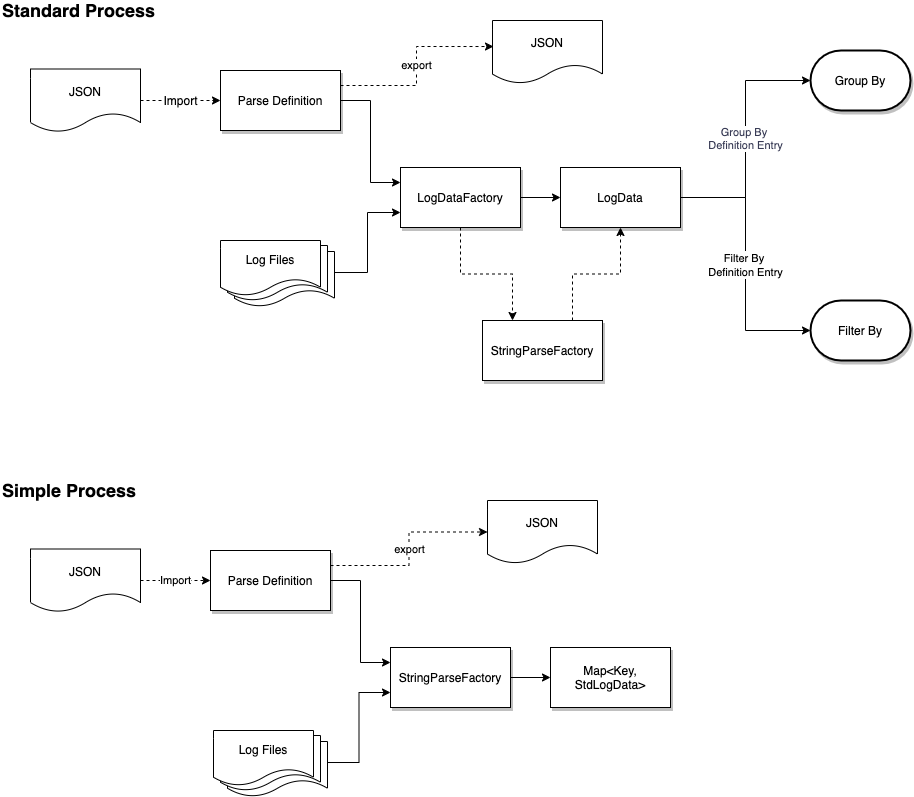
Above: diagrams/Log_Parser-Processes.png in adobe/log-parser (draw.io), before the change. Source tidied: cells renumbered, new cells last; positions are measured from the earlier drawing's top-left corner, leaving out a move shared by most shapes.
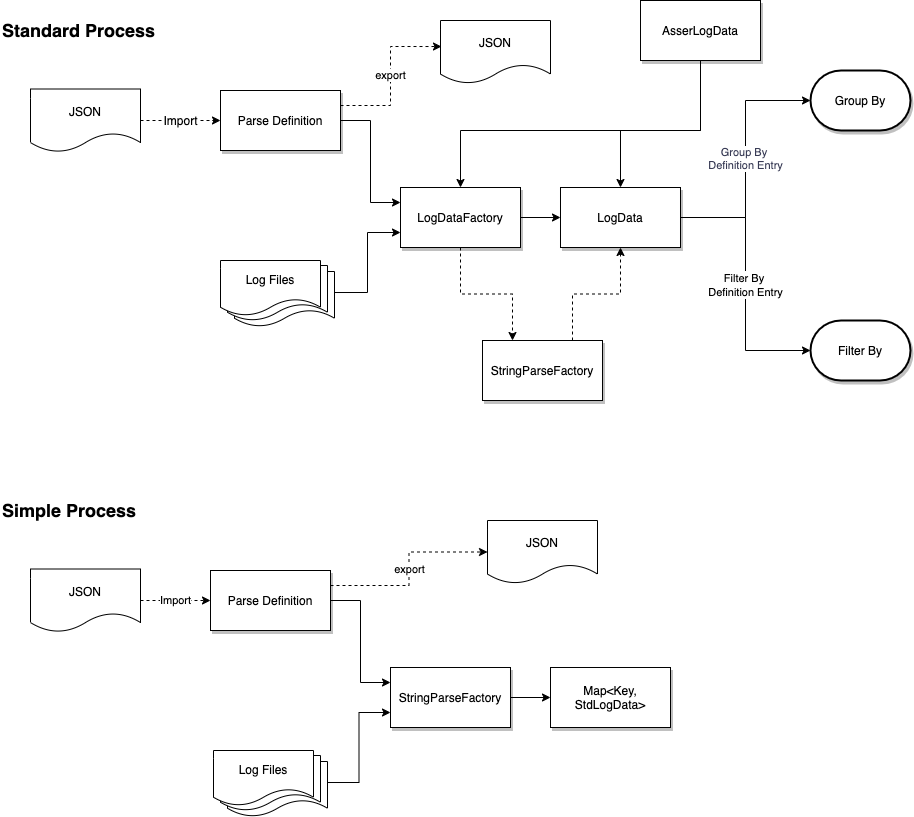
Later version of the same file.

The edit, as a diff of the source:
```diff
@@ -123,7 +123,26 @@
       <mxGeometry x="487" y="500" width="110" height="63" as="geometry" />
     </mxCell>
     <mxCell id="40" value="JSON" style="shape=document;whiteSpace=wrap;html=1;boundedLbl=1;labelBackgroundColor=#FFFFFF;strokeColor=#000000;fillColor=#FFFFFF;fontSize=12;align=center;" parent="1" vertex="1">
-      <mxGeometry x="492" y="20" width="110" height="63" as="geometry" />
+      <mxGeometry x="440" width="110" height="63" as="geometry" />
     </mxCell>
+    <mxCell id="41" style="edgeStyle=orthogonalEdgeStyle;rounded=0;jettySize=auto;html=1;entryX=0.5;entryY=0;entryDx=0;entryDy=0;" parent="1" edge="1" source="43" target="6">
+      <mxGeometry relative="1" as="geometry">
+        <Array as="points">
+          <mxPoint x="700" y="110" />
+          <mxPoint x="460" y="110" />
+        </Array>
+      </mxGeometry>
+    </mxCell>
+    <mxCell id="42" style="edgeStyle=orthogonalEdgeStyle;rounded=0;jettySize=auto;html=1;exitX=0.5;exitY=1;exitDx=0;exitDy=0;entryX=0.5;entryY=0;entryDx=0;entryDy=0;" parent="1" edge="1" source="43" target="11">
+      <mxGeometry relative="1" as="geometry">
+        <Array as="points">
+          <mxPoint x="700" y="110" />
+          <mxPoint x="620" y="110" />
+        </Array>
+      </mxGeometry>
+    </mxCell>
+    <mxCell id="43" value="AsserLogData" style="rounded=0;whiteSpace=wrap;html=1;shadow=1;labelBackgroundColor=#FFFFFF;" parent="1" vertex="1">
+      <mxGeometry x="640" y="-20" width="120" height="60" as="geometry" />
+    </mxCell>
   </root>
 </mxGraphModel>
```
